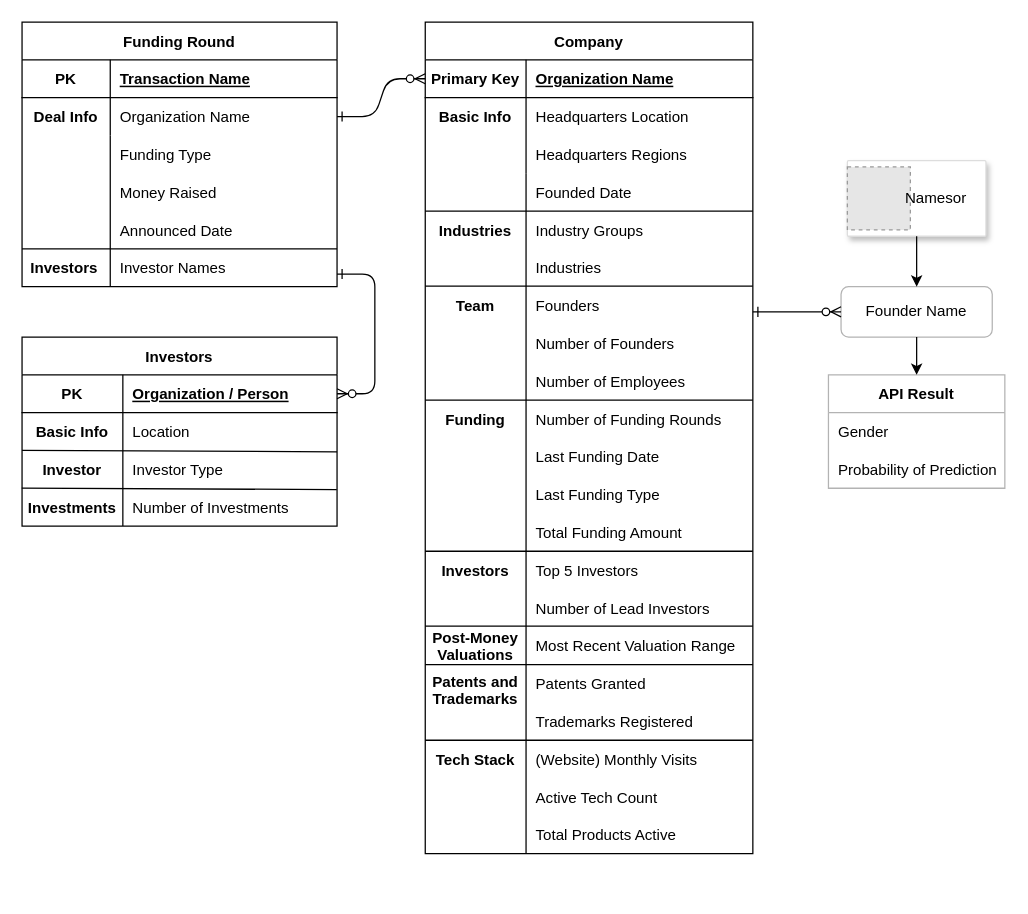
The draw.io diagram notebooks_cb/Untitled Diagram.drawio in CinnyLin/female_entrepreneurship, before the edit. Source tidied: cells renumbered, new cells numbered last; positions are measured from the earlier drawing's top-left corner, leaving out a move shared by most shapes. Both pictures are drawn from the tidied source at 126%, with x=0, y=0 at pixel (21, 21). Pictures stored in the file or linked from it are replaced by grey dashed boxes.
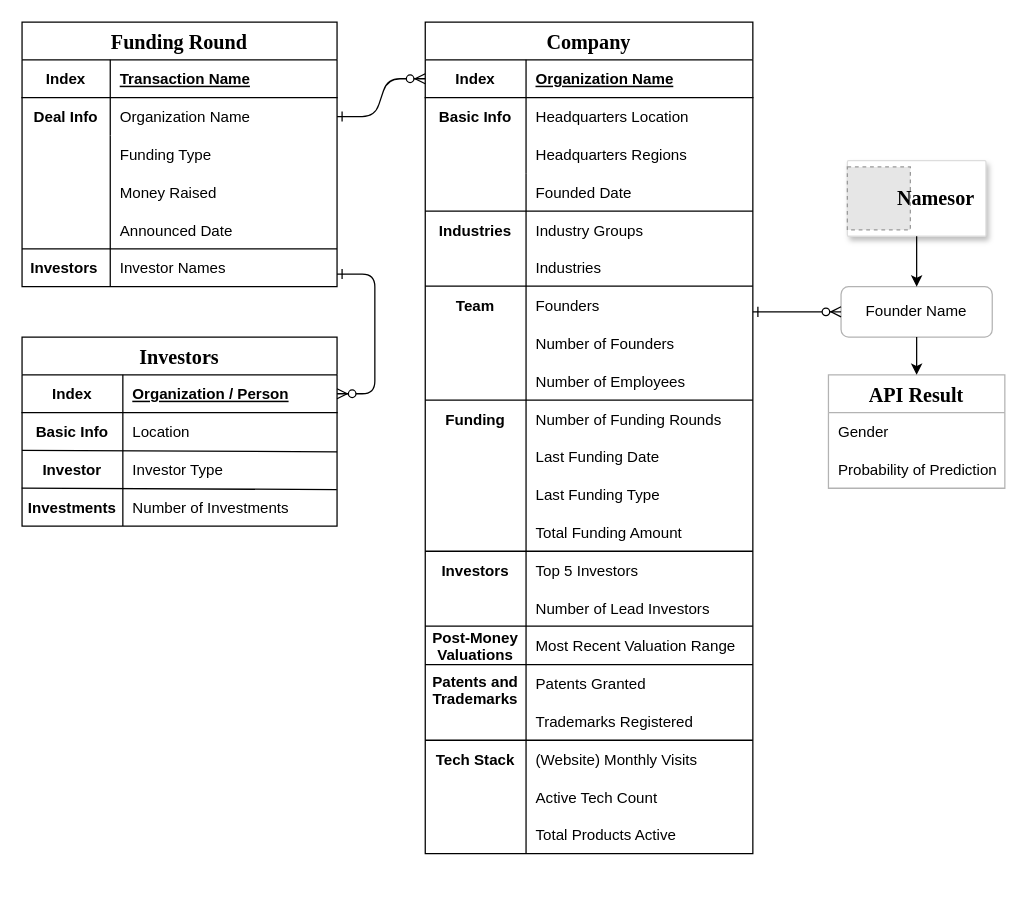
Above is the later version.

The change refers to these unchanged cells:
```xml
<mxCell id="5" style="shape=partialRectangle;fillColor=none;top=0;left=0;right=0;bottom=1;" parent="4" vertex="1">
  <mxGeometry y="30" width="250" height="30" as="geometry" />
</mxCell>
<mxCell id="21" style="group;" parent="19" vertex="1">
  <mxGeometry width="250" height="150" as="geometry" />
</mxCell>
<mxCell id="23" style="shape=partialRectangle;fillColor=none;points=[[0,0.5],[1,0.5]];portConstraint=eastwest;top=0;left=0;right=0;bottom=1;" parent="22" vertex="1">
  <mxGeometry y="30" width="250" height="30" as="geometry" />
</mxCell>
<mxCell id="37" style="group;" parent="1" vertex="1">
  <mxGeometry x="655" y="110" width="110" height="60" as="geometry" />
</mxCell>
<mxCell id="48" style="group;" parent="1" vertex="1">
  <mxGeometry x="320" width="260" height="690" as="geometry" />
</mxCell>
<mxCell id="50" style="shape=partialRectangle;fillColor=none;points=[[0,0.5],[1,0.5]];portConstraint=eastwest;top=0;left=0;right=0;bottom=1;" parent="49" vertex="1">
  <mxGeometry y="30" width="260" height="30" as="geometry" />
</mxCell>
```

Diff of the diagram source:
```diff
@@
-    <mxCell id="3" style="group;" parent="1" vertex="1">
+    <mxCell id="3" style="group;fontFamily=Times New Roman;" parent="1" vertex="1">
       <mxGeometry width="250" height="210" as="geometry" />
     </mxCell>
-    <mxCell id="4" value="Funding Round" style="shape=table;startSize=30;childLayout=tableLayout;rowLines=0;fontStyle=1;align=center;" parent="3" vertex="1">
+    <mxCell id="4" value="Funding Round" style="shape=table;startSize=30;childLayout=tableLayout;rowLines=0;fontStyle=1;align=center;fontFamily=Times New Roman;fontSize=16;" parent="3" vertex="1">
       <mxGeometry width="250" height="210" as="geometry" />
     </mxCell>
@@
-    <mxCell id="6" value="PK" style="shape=partialRectangle;overflow=hidden;fillColor=none;top=0;left=0;bottom=0;right=0;fontStyle=1;" parent="5" vertex="1">
+    <mxCell id="6" value="Index" style="shape=partialRectangle;overflow=hidden;fillColor=none;top=0;left=0;bottom=0;right=0;fontStyle=1;" parent="5" vertex="1">
       <mxGeometry width="70" height="30" as="geometry" />
     </mxCell>
@@
-    <mxCell id="22" value="Investors" style="shape=table;startSize=30;childLayout=tableLayout;rowLines=0;fontStyle=1;align=center;" parent="21" vertex="1">
+    <mxCell id="22" value="Investors" style="shape=table;startSize=30;childLayout=tableLayout;rowLines=0;fontStyle=1;align=center;fontSize=16;fontFamily=Times New Roman;" parent="21" vertex="1">
       <mxGeometry width="250" height="150" as="geometry" />
     </mxCell>
@@
-    <mxCell id="24" value="PK" style="shape=partialRectangle;overflow=hidden;fillColor=none;top=0;left=0;bottom=0;right=0;fontStyle=1;" parent="23" vertex="1">
+    <mxCell id="24" value="Index" style="shape=partialRectangle;overflow=hidden;fillColor=none;top=0;left=0;bottom=0;right=0;fontStyle=1;" parent="23" vertex="1">
       <mxGeometry width="80" height="30" as="geometry" />
     </mxCell>
@@
-    <mxCell id="40" value="Namesor" style="text;html=1;align=center;verticalAlign=middle;strokeColor=none;fillColor=none;" parent="37" vertex="1">
-      <mxGeometry x="40" y="20" width="60" height="20" as="geometry" />
+    <mxCell id="40" value="&lt;b&gt;&lt;font style=&quot;font-size: 16px;&quot; face=&quot;Times New Roman&quot;&gt;Namesor&lt;/font&gt;&lt;/b&gt;" style="text;html=1;align=center;verticalAlign=middle;strokeColor=none;fillColor=none;" parent="37" vertex="1">
+      <mxGeometry x="30" y="20" width="80" height="20" as="geometry" />
     </mxCell>
@@
-    <mxCell id="42" value="API Result" style="swimlane;strokeColor=#B3B3B3;startSize=30;" parent="1" vertex="1">
+    <mxCell id="42" value="API Result" style="swimlane;strokeColor=#B3B3B3;startSize=30;fontSize=16;fontFamily=Times New Roman;" parent="1" vertex="1">
       <mxGeometry x="640" y="280" width="140" height="90" as="geometry" />
     </mxCell>
@@
-    <mxCell id="49" value="Company" style="shape=table;startSize=30;childLayout=tableLayout;rowLines=0;fontStyle=1;align=center;" parent="48" vertex="1">
+    <mxCell id="49" value="Company" style="shape=table;startSize=30;childLayout=tableLayout;rowLines=0;fontStyle=1;align=center;fontFamily=Times New Roman;fontSize=16;" parent="48" vertex="1">
       <mxGeometry width="260" height="660" as="geometry" />
     </mxCell>
@@
-    <mxCell id="51" value="Primary Key" style="shape=partialRectangle;overflow=hidden;fillColor=none;top=0;left=0;bottom=0;right=0;fontStyle=1;" parent="50" vertex="1">
+    <mxCell id="51" value="Index" style="shape=partialRectangle;overflow=hidden;fillColor=none;top=0;left=0;bottom=0;right=0;fontStyle=1;" parent="50" vertex="1">
       <mxGeometry width="80" height="30" as="geometry" />
     </mxCell>
```
